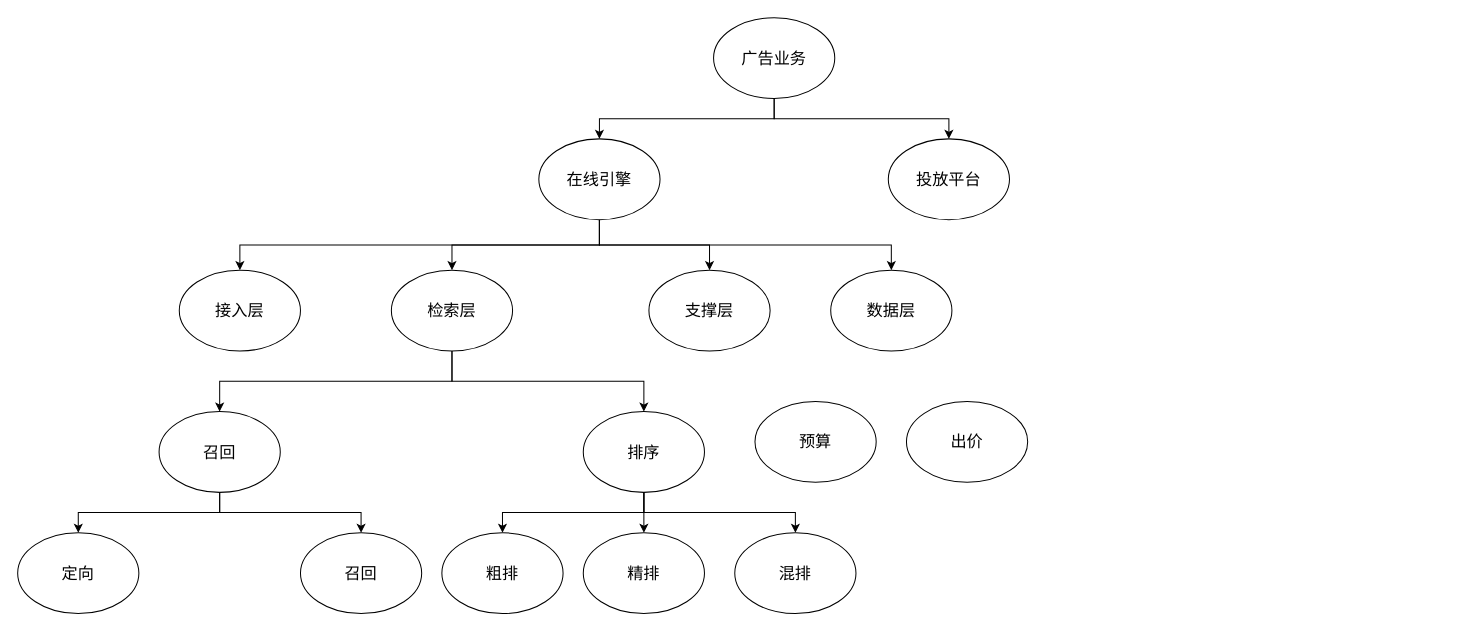
This is ad_layer_hierarchy.drawio from ZiqingYip/moment, a draw.io file, before an edit. Source tidied: cells renumbered, new cells numbered last; positions are measured from the earlier drawing's top-left corner, leaving out a move shared by most shapes. Both pictures are drawn from the tidied source at 101%, with x=0, y=0 at pixel (17, 17).
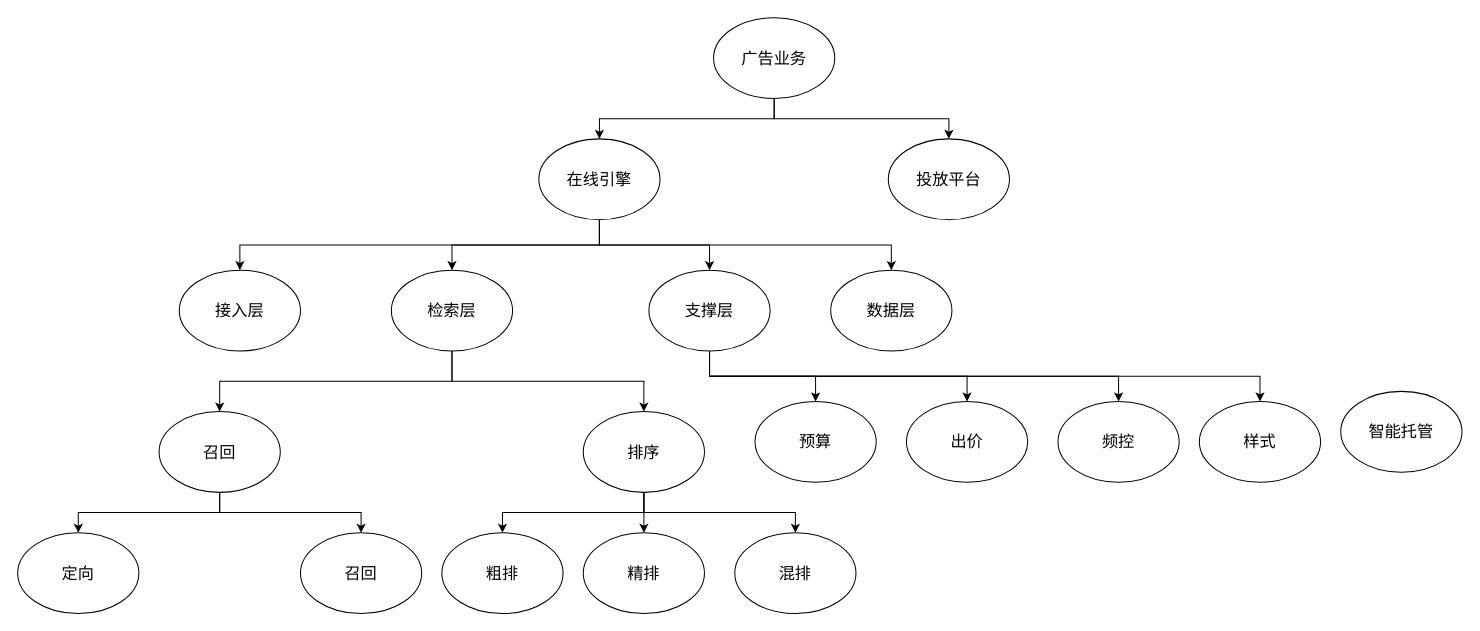
After the change.

Unchanged cells that the change refers to:
```xml
<mxCell id="15" value="支撑层" style="ellipse;whiteSpace=wrap;html=1;shadow=0;glass=1;sketch=0;fontSize=16;flipH=1;flipV=0;" parent="1" vertex="1">
  <mxGeometry x="625" y="250" width="120" height="80" as="geometry" />
</mxCell>
<mxCell id="29" value="预算" style="ellipse;whiteSpace=wrap;html=1;shadow=0;glass=1;sketch=0;fontSize=16;" parent="1" vertex="1">
  <mxGeometry x="730" y="380" width="120" height="80" as="geometry" />
</mxCell>
<mxCell id="30" value="出价" style="ellipse;whiteSpace=wrap;html=1;shadow=0;glass=1;sketch=0;fontSize=16;" parent="1" vertex="1">
  <mxGeometry x="880" y="380" width="120" height="80" as="geometry" />
</mxCell>
```

Diff of the diagram source:
```diff
@@
+    <mxCell id="31" style="edgeStyle=orthogonalEdgeStyle;rounded=0;jettySize=auto;html=1;exitX=0.5;exitY=1;exitDx=0;exitDy=0;" parent="1" edge="1" source="15" target="29">
+      <mxGeometry relative="1" as="geometry" />
+    </mxCell>
+    <mxCell id="32" style="edgeStyle=orthogonalEdgeStyle;rounded=0;jettySize=auto;html=1;exitX=0.5;exitY=1;exitDx=0;exitDy=0;" parent="1" edge="1" source="15" target="30">
+      <mxGeometry relative="1" as="geometry" />
+    </mxCell>
+    <mxCell id="33" style="edgeStyle=orthogonalEdgeStyle;rounded=0;jettySize=auto;html=1;exitX=0.5;exitY=1;exitDx=0;exitDy=0;entryX=0.5;entryY=0;entryDx=0;entryDy=0;" parent="1" edge="1" source="15" target="35">
+      <mxGeometry relative="1" as="geometry" />
+    </mxCell>
+    <mxCell id="34" style="edgeStyle=orthogonalEdgeStyle;rounded=0;jettySize=auto;html=1;exitX=0.5;exitY=1;exitDx=0;exitDy=0;" parent="1" edge="1" source="15" target="36">
+      <mxGeometry relative="1" as="geometry" />
+    </mxCell>
@@
+    <mxCell id="35" value="频控" style="ellipse;whiteSpace=wrap;html=1;shadow=0;glass=1;sketch=0;fontSize=16;" parent="1" vertex="1">
+      <mxGeometry x="1030" y="380" width="120" height="80" as="geometry" />
+    </mxCell>
+    <mxCell id="36" value="样式" style="ellipse;whiteSpace=wrap;html=1;shadow=0;glass=1;sketch=0;fontSize=16;" parent="1" vertex="1">
+      <mxGeometry x="1170" y="380" width="120" height="80" as="geometry" />
+    </mxCell>
+    <mxCell id="37" value="智能托管" style="ellipse;whiteSpace=wrap;html=1;shadow=0;glass=1;sketch=0;fontSize=16;" parent="1" vertex="1">
+      <mxGeometry x="1310" y="370" width="120" height="80" as="geometry" />
+    </mxCell>
```
